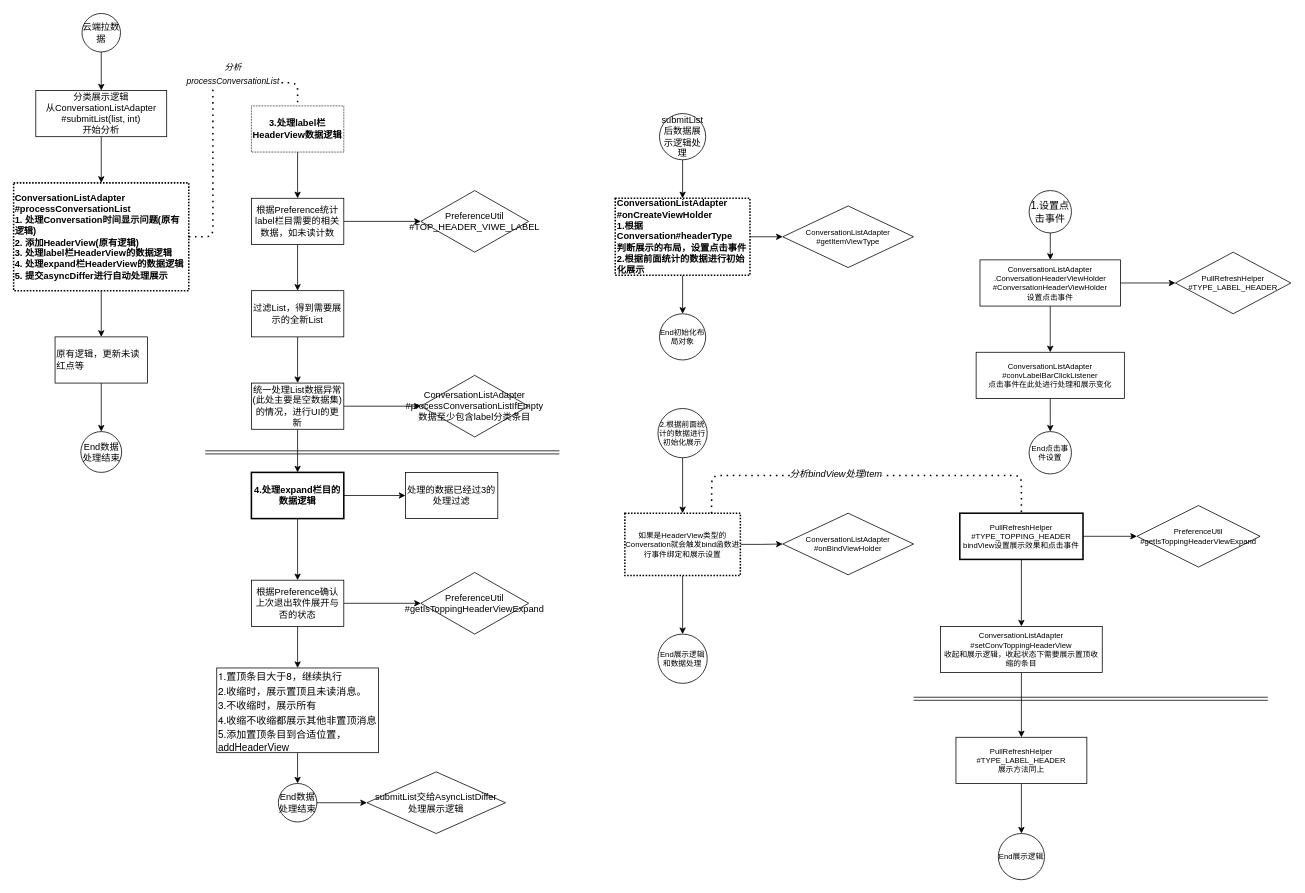
Before: 消息界面流程图.drawio in baizhu0414/Diagrams, a draw.io diagram. Source tidied: cells renumbered, new cells numbered last; positions are measured from the earlier drawing's top-left corner, leaving out a move shared by most shapes. Both pictures are drawn from the tidied source at 77%, with x=0, y=0 at pixel (13, 13).
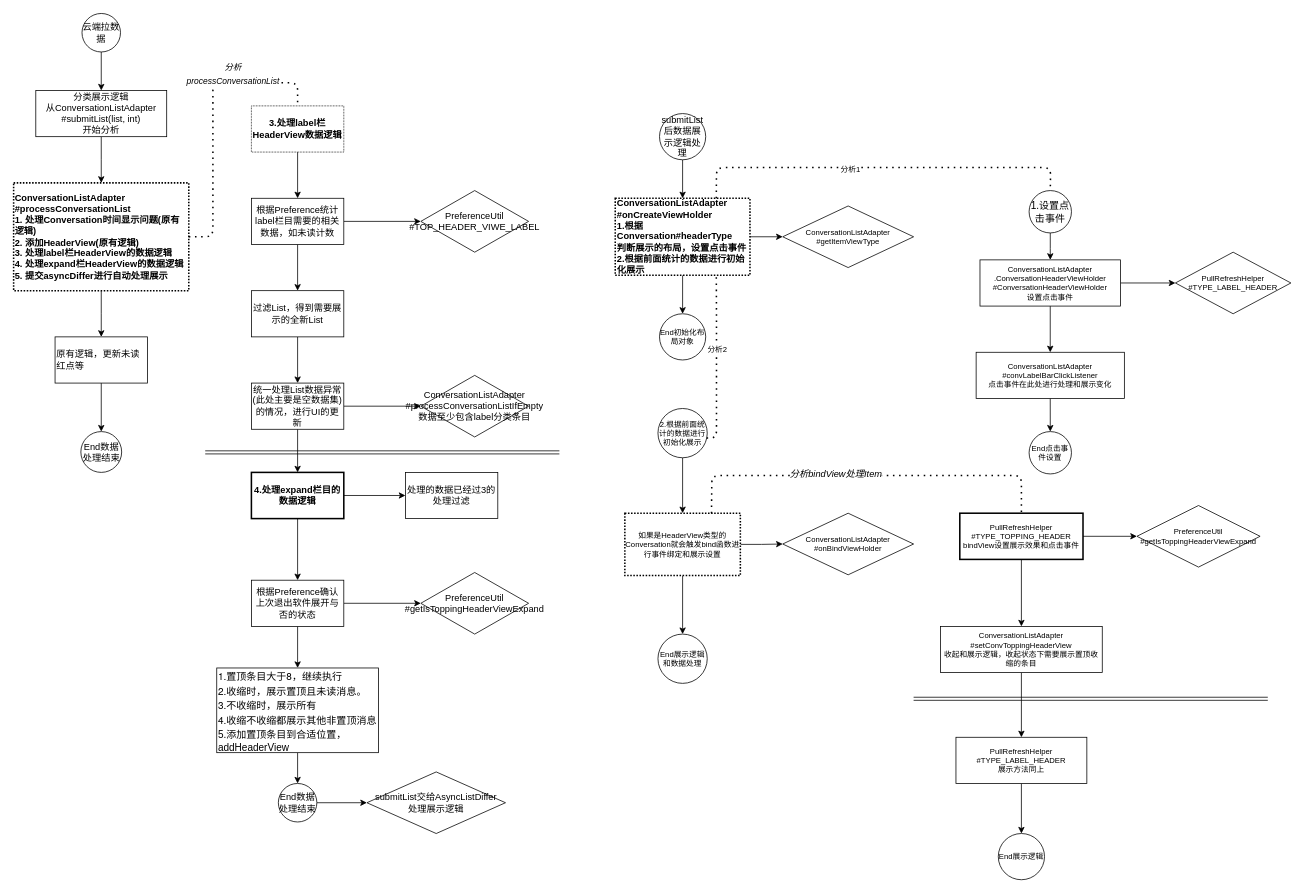
The same page after the edit.

The change refers to these unchanged cells:
```xml
<mxCell id="38" value="&lt;span style=&quot;text-align: center&quot;&gt;ConversationListAdapter&lt;/span&gt;&lt;br style=&quot;text-align: center&quot;&gt;&lt;span style=&quot;text-align: center&quot;&gt;#onCreateViewHolder&lt;/span&gt;&lt;br&gt;1.根据Conversation#headerType&lt;br&gt;判断展示的布局，设置点击事件&lt;br&gt;2.根据前面统计的数据进行初始化展示" style="rounded=0;whiteSpace=wrap;html=1;strokeWidth=2;align=left;dashed=1;dashPattern=1 1;fontStyle=1;" parent="1" vertex="1">
  <mxGeometry x="781.5" y="240" width="175" height="100" as="geometry" />
</mxCell>
<mxCell id="47" value="2.根据前面统计的数据进行初始化展示" style="ellipse;whiteSpace=wrap;html=1;fontSize=10;strokeWidth=1;align=center;verticalAlign=middle;" parent="1" vertex="1">
  <mxGeometry x="837" y="513" width="64" height="64" as="geometry" />
</mxCell>
<mxCell id="66" value="1.设置点击事件" style="ellipse;whiteSpace=wrap;html=1;fontSize=13;strokeWidth=1;align=center;verticalAlign=middle;" parent="1" vertex="1">
  <mxGeometry x="1319" y="230" width="55" height="55" as="geometry" />
</mxCell>
```

Diff of the diagram source:
```diff
@@
+    <mxCell id="74" style="endArrow=none;dashed=1;html=1;dashPattern=1 3;strokeWidth=2;labelBackgroundColor=#000000;fontSize=10;exitX=0.75;exitY=0;exitDx=0;exitDy=0;" parent="1" edge="1" source="38" target="66">
+      <mxGeometry relative="1" as="geometry">
+        <Array as="points">
+          <mxPoint x="913" y="200" />
+          <mxPoint x="1347" y="200" />
+        </Array>
+      </mxGeometry>
+    </mxCell>
+    <mxCell id="75" value="分析1" style="edgeLabel;html=1;align=center;verticalAlign=middle;fontSize=10;" parent="74" vertex="1">
+      <mxGeometry x="-0.15" y="-1" relative="1" as="geometry" />
+    </mxCell>
+    <mxCell id="76" style="endArrow=none;dashed=1;html=1;dashPattern=1 3;strokeWidth=2;labelBackgroundColor=#000000;fontSize=10;entryX=0.75;entryY=1;entryDx=0;entryDy=0;exitX=0.987;exitY=0.599;exitDx=0;exitDy=0;exitPerimeter=0;" parent="1" edge="1" source="47" target="38">
+      <mxGeometry relative="1" as="geometry">
+        <Array as="points">
+          <mxPoint x="913" y="551" />
+          <mxPoint x="913" y="390" />
+        </Array>
+      </mxGeometry>
+    </mxCell>
+    <mxCell id="77" value="分析2" style="edgeLabel;html=1;align=center;verticalAlign=middle;fontSize=10;" parent="76" vertex="1">
+      <mxGeometry x="0.14" relative="1" as="geometry" />
+    </mxCell>
```
